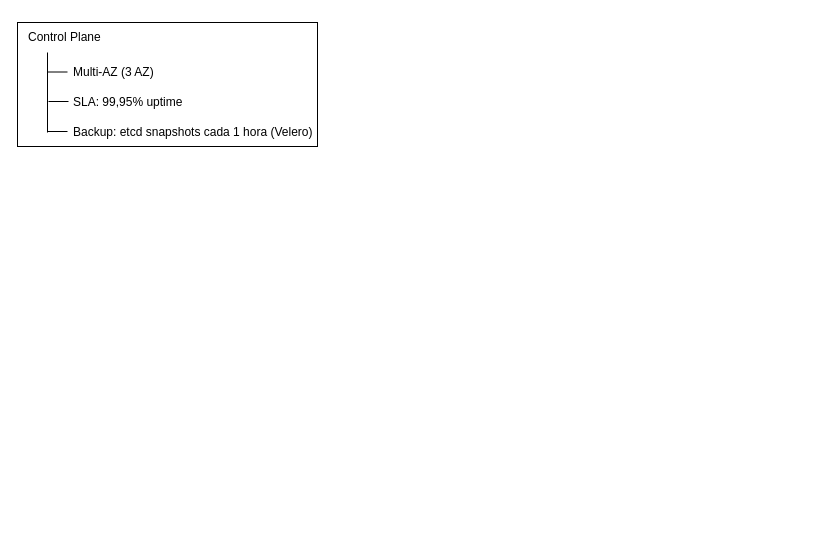
Earlier version of the draw.io diagram page "Copy of JerarquiaAWS" (18 of 18) of InversionVirtual.drawio (rdlarosa2/x4). Source tidied: cells renumbered, new cells numbered last; positions are measured from the earlier drawing's top-left corner, leaving out a move shared by most shapes. Both pictures are drawn from the tidied source at 100%, with x=0, y=0 at pixel (17, 17).
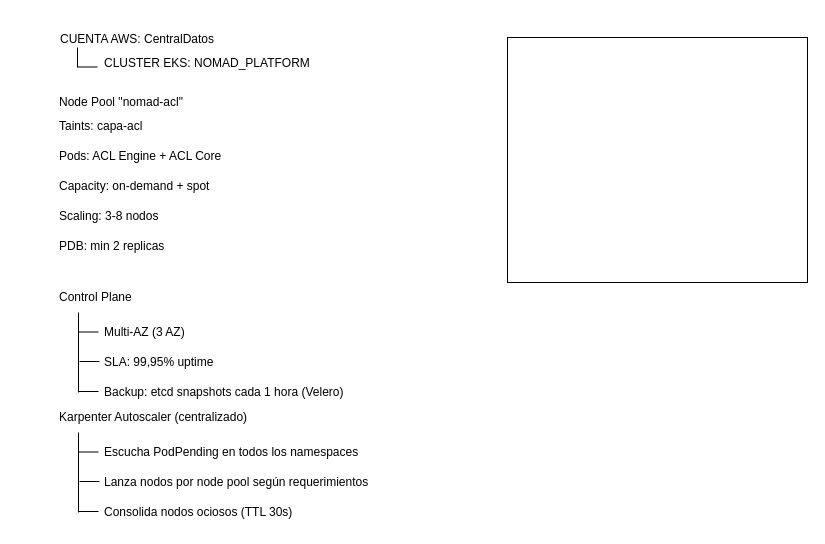
Above is the later version.

Diff of the diagram source:
```diff
@@
-    <mxCell id="2" style="group;" parent="1" vertex="1">
-      <mxGeometry width="347" height="130" as="geometry" />
-    </mxCell>
-    <mxCell id="3" style="group;" parent="2" vertex="1">
-      <mxGeometry x="30" y="35" width="317" height="95" as="geometry" />
-    </mxCell>
+    <mxCell id="13" style="rounded=0;whiteSpace=wrap;html=1;fillColor=none;" parent="1" vertex="1">
+      <mxGeometry x="490" y="20" width="300" height="245" as="geometry" />
+    </mxCell>
+    <mxCell id="14" style="group;" parent="1" vertex="1">
+      <mxGeometry x="61" y="415" width="317" height="95" as="geometry" />
+    </mxCell>
+    <mxCell id="15" value="Escucha PodPending en todos los namespaces" style="text;html=1;whiteSpace=wrap;strokeColor=none;fillColor=none;align=left;verticalAlign=middle;rounded=0;" parent="14" vertex="1">
+      <mxGeometry x="24" y="5" width="293" height="30" as="geometry" />
+    </mxCell>
+    <mxCell id="16" value="Lanza nodos por node pool según requerimientos" style="text;html=1;whiteSpace=wrap;strokeColor=none;fillColor=none;align=left;verticalAlign=middle;rounded=0;" parent="14" vertex="1">
+      <mxGeometry x="24" y="35" width="293" height="30" as="geometry" />
+    </mxCell>
+    <mxCell id="17" value="Consolida nodos ociosos (TTL 30s)" style="text;html=1;whiteSpace=wrap;strokeColor=none;fillColor=none;align=left;verticalAlign=middle;rounded=0;" parent="14" vertex="1">
+      <mxGeometry x="24" y="65" width="293" height="30" as="geometry" />
+    </mxCell>
+    <mxCell id="18" style="group;" parent="14" vertex="1">
+      <mxGeometry width="21" height="80" as="geometry" />
+    </mxCell>
+    <mxCell id="19" style="endArrow=none;html=1;rounded=0;defaultLabelBackgroundColor=page;" parent="18" edge="1">
+      <mxGeometry relative="1" as="geometry">
+        <mxPoint y="80" as="sourcePoint" />
+        <mxPoint as="targetPoint" />
+      </mxGeometry>
+    </mxCell>
+    <mxCell id="20" style="endArrow=none;html=1;rounded=0;defaultLabelBackgroundColor=page;" parent="18" edge="1">
+      <mxGeometry relative="1" as="geometry">
+        <mxPoint y="19.5" as="sourcePoint" />
+        <mxPoint x="20" y="19.5" as="targetPoint" />
+      </mxGeometry>
+    </mxCell>
+    <mxCell id="21" style="endArrow=none;html=1;rounded=0;defaultLabelBackgroundColor=page;" parent="18" edge="1">
+      <mxGeometry relative="1" as="geometry">
+        <mxPoint x="1" y="49" as="sourcePoint" />
+        <mxPoint x="21" y="49" as="targetPoint" />
+      </mxGeometry>
+    </mxCell>
+    <mxCell id="22" style="endArrow=none;html=1;rounded=0;defaultLabelBackgroundColor=page;" parent="18" edge="1">
+      <mxGeometry relative="1" as="geometry">
+        <mxPoint y="79" as="sourcePoint" />
+        <mxPoint x="20" y="79" as="targetPoint" />
+      </mxGeometry>
+    </mxCell>
+    <mxCell id="23" value="Karpenter Autoscaler (centralizado)" style="text;html=1;whiteSpace=wrap;strokeColor=none;fillColor=none;align=left;verticalAlign=middle;rounded=0;" parent="1" vertex="1">
+      <mxGeometry x="40" y="380" width="210" height="40" as="geometry" />
+    </mxCell>
+    <mxCell id="12" value="Control Plane" style="text;html=1;whiteSpace=wrap;strokeColor=none;fillColor=none;align=left;verticalAlign=middle;rounded=0;" parent="1" vertex="1">
+      <mxGeometry x="40" y="260" width="210" height="40" as="geometry" />
+    </mxCell>
-    <mxCell id="4" value="Multi-AZ (3 AZ)" style="text;html=1;whiteSpace=wrap;strokeColor=none;fillColor=none;align=left;verticalAlign=middle;rounded=0;" parent="3" vertex="1">
-      <mxGeometry x="24" y="5" width="293" height="30" as="geometry" />
+    <mxCell id="4" value="Multi-AZ (3 AZ)" style="text;html=1;whiteSpace=wrap;strokeColor=none;fillColor=none;align=left;verticalAlign=middle;rounded=0;" parent="1" vertex="1">
+      <mxGeometry x="85" y="300" width="293" height="30" as="geometry" />
     </mxCell>
-    <mxCell id="5" value="SLA: 99,95% uptime" style="text;html=1;whiteSpace=wrap;strokeColor=none;fillColor=none;align=left;verticalAlign=middle;rounded=0;" parent="3" vertex="1">
-      <mxGeometry x="24" y="35" width="293" height="30" as="geometry" />
+    <mxCell id="5" value="SLA: 99,95% uptime" style="text;html=1;whiteSpace=wrap;strokeColor=none;fillColor=none;align=left;verticalAlign=middle;rounded=0;" parent="1" vertex="1">
+      <mxGeometry x="85" y="330" width="293" height="30" as="geometry" />
     </mxCell>
-    <mxCell id="6" value="Backup: etcd snapshots cada 1 hora (Velero)" style="text;html=1;whiteSpace=wrap;strokeColor=none;fillColor=none;align=left;verticalAlign=middle;rounded=0;" parent="3" vertex="1">
-      <mxGeometry x="24" y="65" width="293" height="30" as="geometry" />
+    <mxCell id="6" value="Backup: etcd snapshots cada 1 hora (Velero)" style="text;html=1;whiteSpace=wrap;strokeColor=none;fillColor=none;align=left;verticalAlign=middle;rounded=0;" parent="1" vertex="1">
+      <mxGeometry x="85" y="360" width="293" height="30" as="geometry" />
     </mxCell>
-    <mxCell id="7" style="group;" parent="3" vertex="1">
-      <mxGeometry width="21" height="80" as="geometry" />
+    <mxCell id="7" style="group;" parent="1" vertex="1">
+      <mxGeometry x="61" y="295" width="21" height="80" as="geometry" />
     </mxCell>
@@
-    <mxCell id="12" value="Control Plane" style="text;html=1;whiteSpace=wrap;strokeColor=none;fillColor=none;align=left;verticalAlign=middle;rounded=0;" parent="2" vertex="1">
-      <mxGeometry x="9" width="210" height="40" as="geometry" />
-    </mxCell>
-    <mxCell id="13" style="rounded=0;whiteSpace=wrap;html=1;fillColor=none;" parent="2" vertex="1">
-      <mxGeometry y="5" width="300" height="124" as="geometry" />
-    </mxCell>
+    <mxCell id="24" style="group;" parent="1" vertex="1">
+      <mxGeometry x="40" y="7" width="300" height="59" as="geometry" />
+    </mxCell>
+    <mxCell id="25" value="CUENTA AWS: CentralDatos" style="text;html=1;whiteSpace=wrap;strokeColor=none;fillColor=none;align=center;verticalAlign=middle;rounded=0;" parent="24" vertex="1">
+      <mxGeometry width="160" height="30" as="geometry" />
+    </mxCell>
+    <mxCell id="26" style="group;" parent="24" vertex="1">
+      <mxGeometry x="20" y="23" width="20" height="20" as="geometry" />
+    </mxCell>
+    <mxCell id="27" style="endArrow=none;html=1;rounded=0;defaultLabelBackgroundColor=page;" parent="26" edge="1">
+      <mxGeometry relative="1" as="geometry">
+        <mxPoint y="20" as="sourcePoint" />
+        <mxPoint as="targetPoint" />
+      </mxGeometry>
+    </mxCell>
+    <mxCell id="28" style="endArrow=none;html=1;rounded=0;defaultLabelBackgroundColor=page;" parent="26" edge="1">
+      <mxGeometry relative="1" as="geometry">
+        <mxPoint y="19.5" as="sourcePoint" />
+        <mxPoint x="20" y="19.5" as="targetPoint" />
+      </mxGeometry>
+    </mxCell>
+    <mxCell id="29" value="CLUSTER EKS: NOMAD_PLATFORM" style="text;html=1;whiteSpace=wrap;strokeColor=none;fillColor=none;align=left;verticalAlign=middle;rounded=0;" parent="24" vertex="1">
+      <mxGeometry x="45" y="19" width="255" height="40" as="geometry" />
+    </mxCell>
+    <mxCell id="30" value="Node Pool &quot;nomad-acl&quot;" style="text;html=1;whiteSpace=wrap;strokeColor=none;fillColor=none;align=left;verticalAlign=middle;rounded=0;" parent="1" vertex="1">
+      <mxGeometry x="40" y="70" width="210" height="30" as="geometry" />
+    </mxCell>
+    <mxCell id="31" value="Taints: capa-acl" style="text;html=1;whiteSpace=wrap;strokeColor=none;fillColor=none;align=left;verticalAlign=middle;rounded=0;" parent="1" vertex="1">
+      <mxGeometry x="40" y="94" width="210" height="30" as="geometry" />
+    </mxCell>
+    <mxCell id="32" value="Pods: ACL Engine + ACL Core" style="text;html=1;whiteSpace=wrap;strokeColor=none;fillColor=none;align=left;verticalAlign=middle;rounded=0;" parent="1" vertex="1">
+      <mxGeometry x="40" y="124" width="210" height="30" as="geometry" />
+    </mxCell>
+    <mxCell id="33" value="Capacity: on-demand + spot" style="text;html=1;whiteSpace=wrap;strokeColor=none;fillColor=none;align=left;verticalAlign=middle;rounded=0;" parent="1" vertex="1">
+      <mxGeometry x="40" y="154" width="210" height="30" as="geometry" />
+    </mxCell>
+    <mxCell id="34" value="Scaling: 3-8 nodos" style="text;html=1;whiteSpace=wrap;strokeColor=none;fillColor=none;align=left;verticalAlign=middle;rounded=0;" parent="1" vertex="1">
+      <mxGeometry x="40" y="184" width="210" height="30" as="geometry" />
+    </mxCell>
+    <mxCell id="35" value="PDB: min 2 replicas" style="text;html=1;whiteSpace=wrap;strokeColor=none;fillColor=none;align=left;verticalAlign=middle;rounded=0;" parent="1" vertex="1">
+      <mxGeometry x="40" y="214" width="210" height="30" as="geometry" />
+    </mxCell>
```
